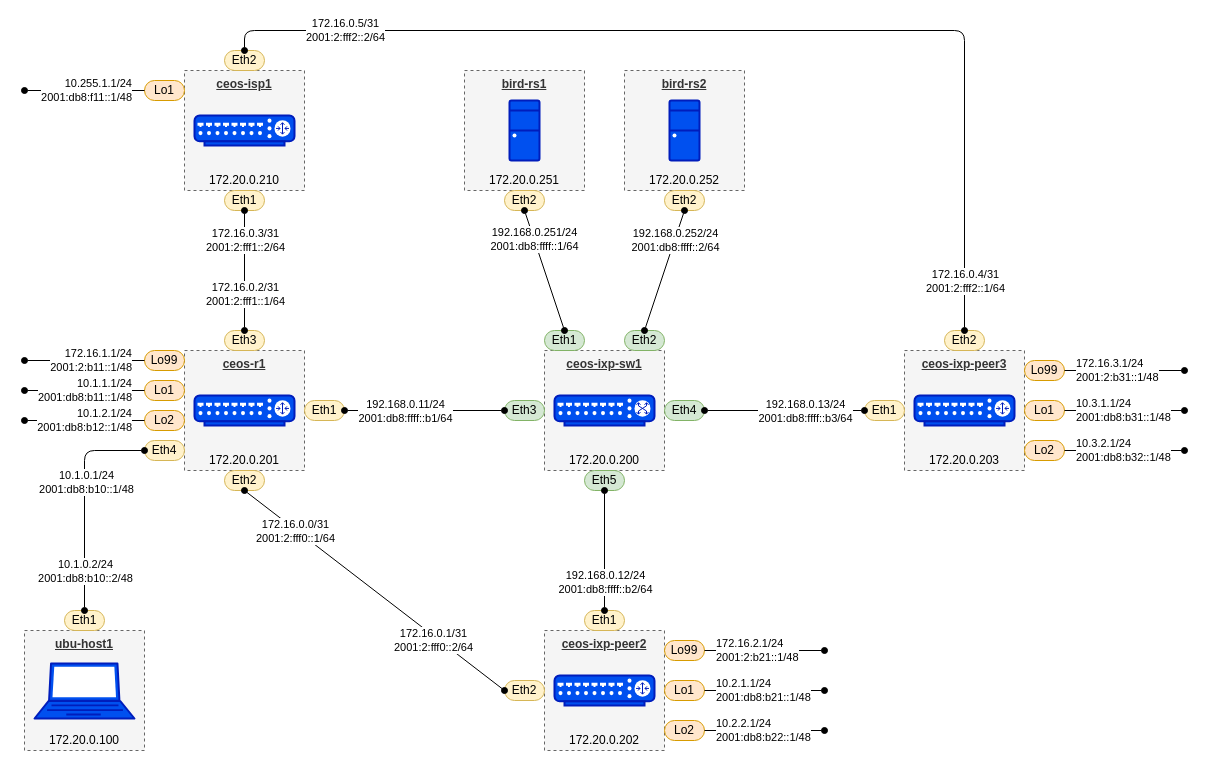
Before: ceos-ixp.drawio in commitconfirmed/draw-io, a draw.io diagram. Source tidied: cells renumbered, new cells numbered last; positions are measured from the earlier drawing's top-left corner, leaving out a move shared by most shapes. Both pictures are drawn from the tidied source at 100%, with x=0, y=0 at pixel (24, 50).
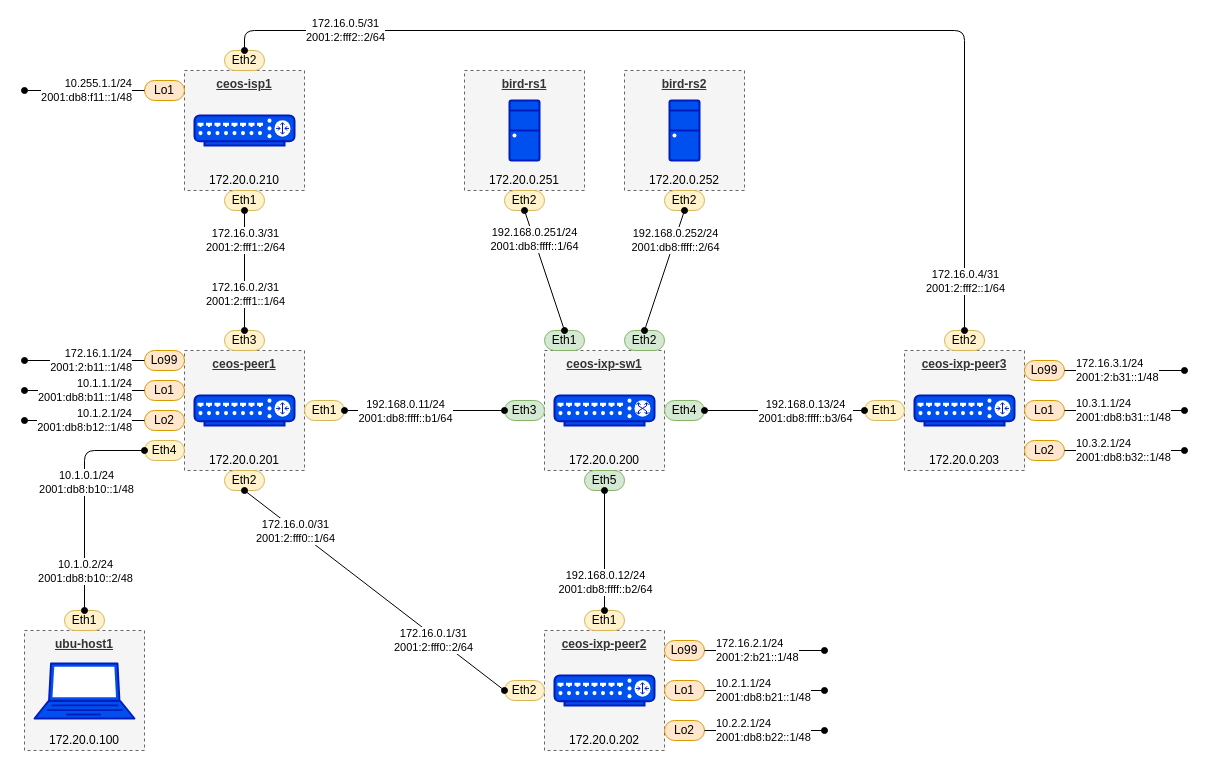
After the change.

The edit, as a diff of the source:
```diff
@@
-    <mxCell id="2" value="&lt;u&gt;&lt;b&gt;ceos-r1&lt;/b&gt;&lt;/u&gt;" style="rounded=0;whiteSpace=wrap;html=1;dashed=1;fillColor=#f5f5f5;strokeColor=#666666;fontColor=#333333;labelPosition=center;verticalLabelPosition=middle;align=center;verticalAlign=top;spacingTop=0;" parent="1" vertex="1">
+    <mxCell id="2" value="&lt;u&gt;&lt;b&gt;ceos-peer1&lt;/b&gt;&lt;/u&gt;" style="rounded=0;whiteSpace=wrap;html=1;dashed=1;fillColor=#f5f5f5;strokeColor=#666666;fontColor=#333333;labelPosition=center;verticalLabelPosition=middle;align=center;verticalAlign=top;spacingTop=0;" parent="1" vertex="1">
       <mxGeometry x="160" y="300" width="120" height="120" as="geometry" />
     </mxCell>
```
